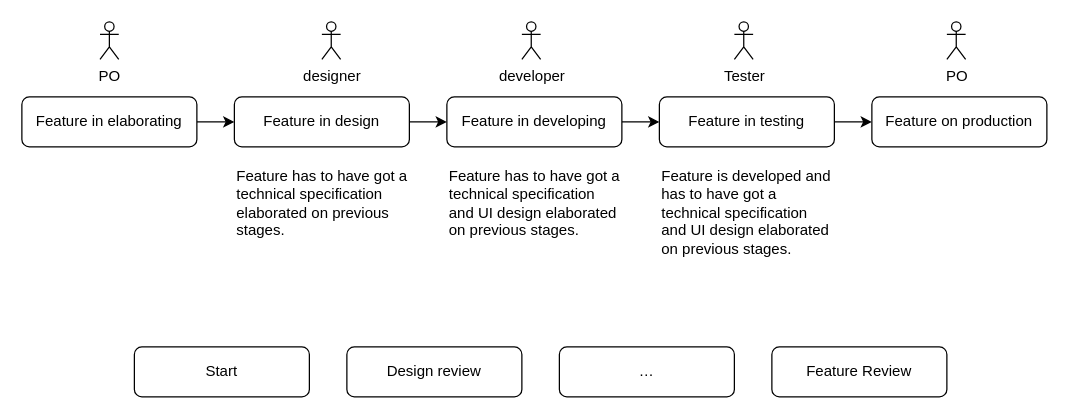
Earlier version of the draw.io diagram Untitled Diagram.drawio (ajile/draw-io). Source tidied: cells renumbered, new cells numbered last; positions are measured from the earlier drawing's top-left corner, leaving out a move shared by most shapes. Both pictures are drawn from the tidied source at 125%, with x=0, y=0 at pixel (21, 21).
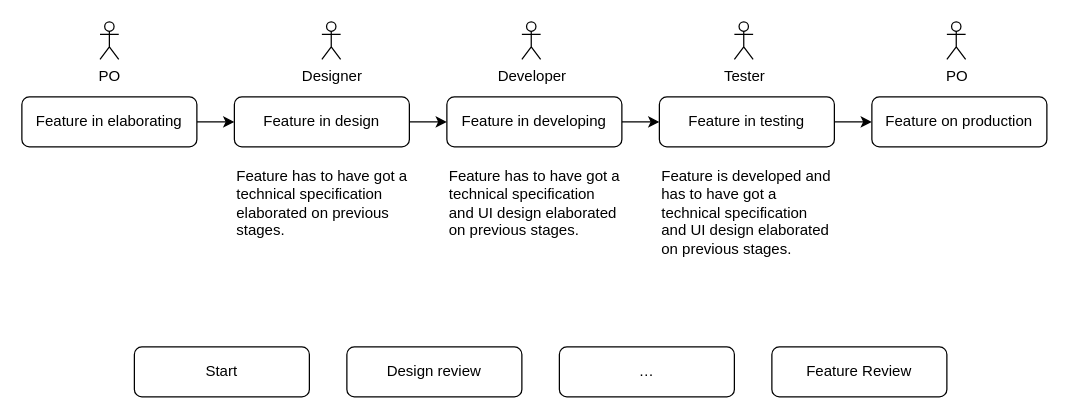
After the change.

What changed in the source:
```diff
@@
-    <mxCell id="12" value="designer" style="shape=umlActor;verticalLabelPosition=bottom;verticalAlign=top;html=1;" parent="1" vertex="1">
+    <mxCell id="12" value="Designer" style="shape=umlActor;verticalLabelPosition=bottom;verticalAlign=top;html=1;" parent="1" vertex="1">
       <mxGeometry x="240" width="15" height="30" as="geometry" />
     </mxCell>
@@
-    <mxCell id="14" value="developer" style="shape=umlActor;verticalLabelPosition=bottom;verticalAlign=top;html=1;" parent="1" vertex="1">
+    <mxCell id="14" value="Developer" style="shape=umlActor;verticalLabelPosition=bottom;verticalAlign=top;html=1;" parent="1" vertex="1">
       <mxGeometry x="400" width="15" height="30" as="geometry" />
     </mxCell>
```
